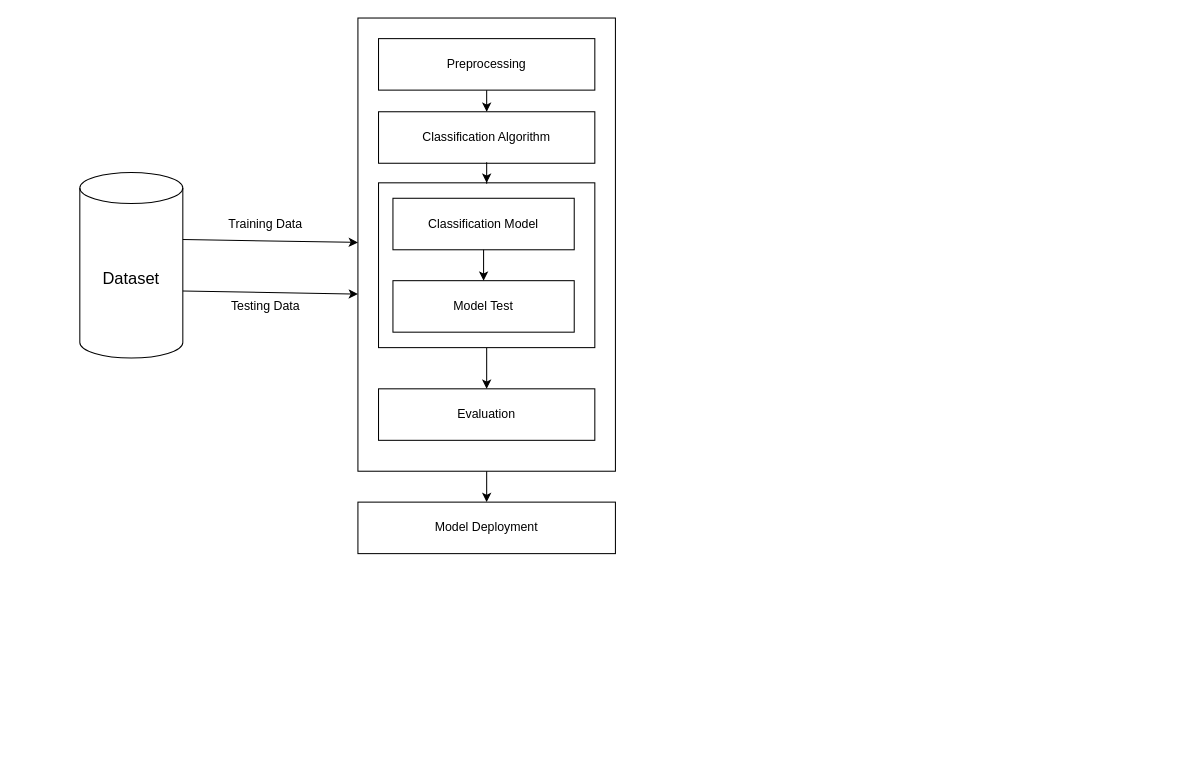
This is Untitled Diagram.drawio from Horpey/Diagrams, a draw.io file, before an edit. Source tidied: cells renumbered, new cells numbered last; positions are measured from the earlier drawing's top-left corner, leaving out a move shared by most shapes. Both pictures are drawn from the tidied source at 103%, with x=0, y=0 at pixel (79, 18).
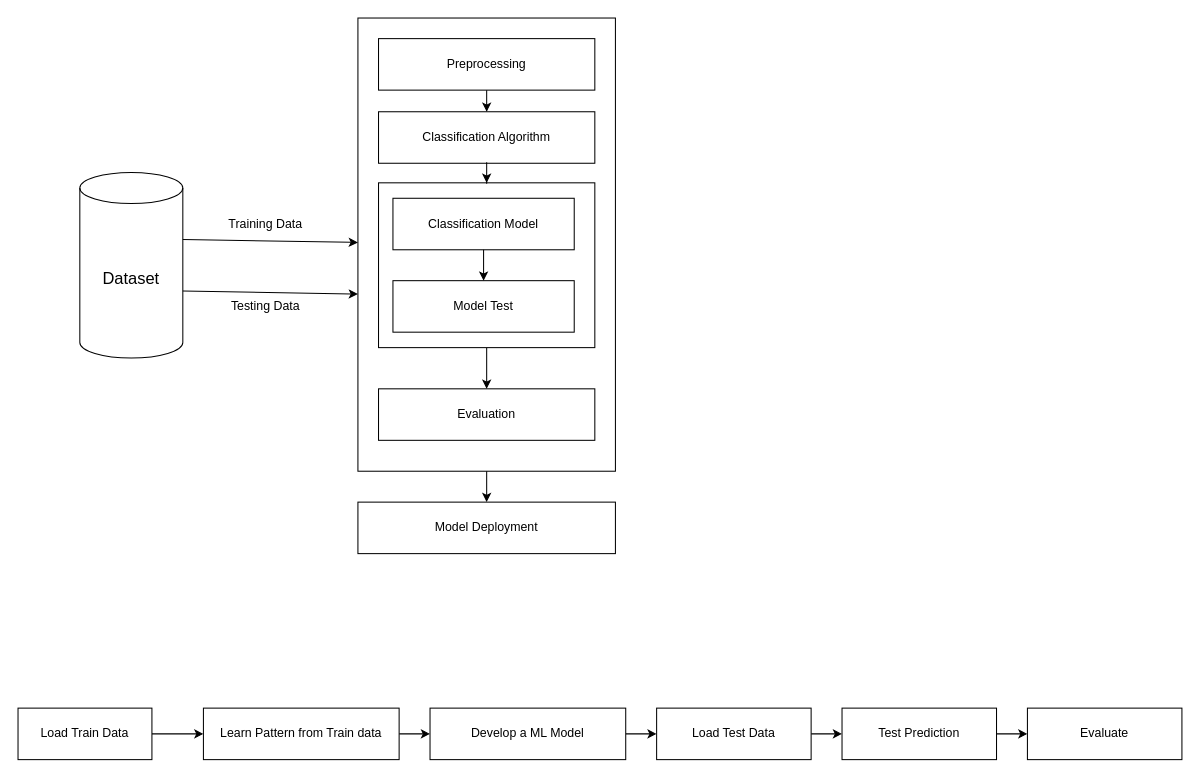
The same diagram, later.

What changed in the source:
```diff
@@
+    <mxCell id="21" style="edgeStyle=orthogonalEdgeStyle;rounded=0;jettySize=auto;html=1;" parent="1" edge="1" source="22" target="24">
+      <mxGeometry relative="1" as="geometry" />
+    </mxCell>
+    <mxCell id="22" value="Load Train Data" style="rounded=0;whiteSpace=wrap;html=1;" parent="1" vertex="1">
+      <mxGeometry x="-60" y="670" width="130" height="50" as="geometry" />
+    </mxCell>
+    <mxCell id="23" style="edgeStyle=orthogonalEdgeStyle;rounded=0;jettySize=auto;html=1;" parent="1" edge="1" source="24" target="26">
+      <mxGeometry relative="1" as="geometry" />
+    </mxCell>
+    <mxCell id="24" value="Learn Pattern from Train data" style="rounded=0;whiteSpace=wrap;html=1;" parent="1" vertex="1">
+      <mxGeometry x="120" y="670" width="190" height="50" as="geometry" />
+    </mxCell>
+    <mxCell id="25" style="edgeStyle=orthogonalEdgeStyle;rounded=0;jettySize=auto;html=1;" parent="1" edge="1" source="26" target="28">
+      <mxGeometry relative="1" as="geometry" />
+    </mxCell>
+    <mxCell id="26" value="Develop a ML Model" style="rounded=0;whiteSpace=wrap;html=1;" parent="1" vertex="1">
+      <mxGeometry x="340" y="670" width="190" height="50" as="geometry" />
+    </mxCell>
+    <mxCell id="27" style="edgeStyle=orthogonalEdgeStyle;rounded=0;jettySize=auto;html=1;" parent="1" edge="1" source="28" target="30">
+      <mxGeometry relative="1" as="geometry" />
+    </mxCell>
+    <mxCell id="28" value="Load Test Data" style="rounded=0;whiteSpace=wrap;html=1;" parent="1" vertex="1">
+      <mxGeometry x="560" y="670" width="150" height="50" as="geometry" />
+    </mxCell>
+    <mxCell id="29" style="edgeStyle=orthogonalEdgeStyle;rounded=0;jettySize=auto;html=1;" parent="1" edge="1" source="30" target="31">
+      <mxGeometry relative="1" as="geometry" />
+    </mxCell>
+    <mxCell id="30" value="Test Prediction" style="rounded=0;whiteSpace=wrap;html=1;" parent="1" vertex="1">
+      <mxGeometry x="740" y="670" width="150" height="50" as="geometry" />
+    </mxCell>
+    <mxCell id="31" value="Evaluate" style="rounded=0;whiteSpace=wrap;html=1;" parent="1" vertex="1">
+      <mxGeometry x="920" y="670" width="150" height="50" as="geometry" />
+    </mxCell>
```
